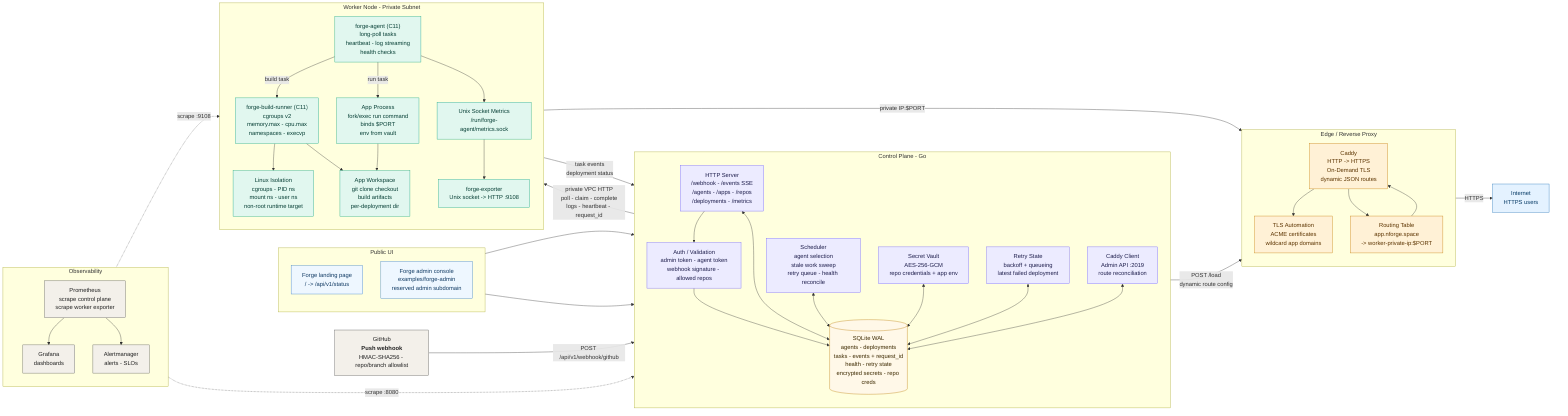
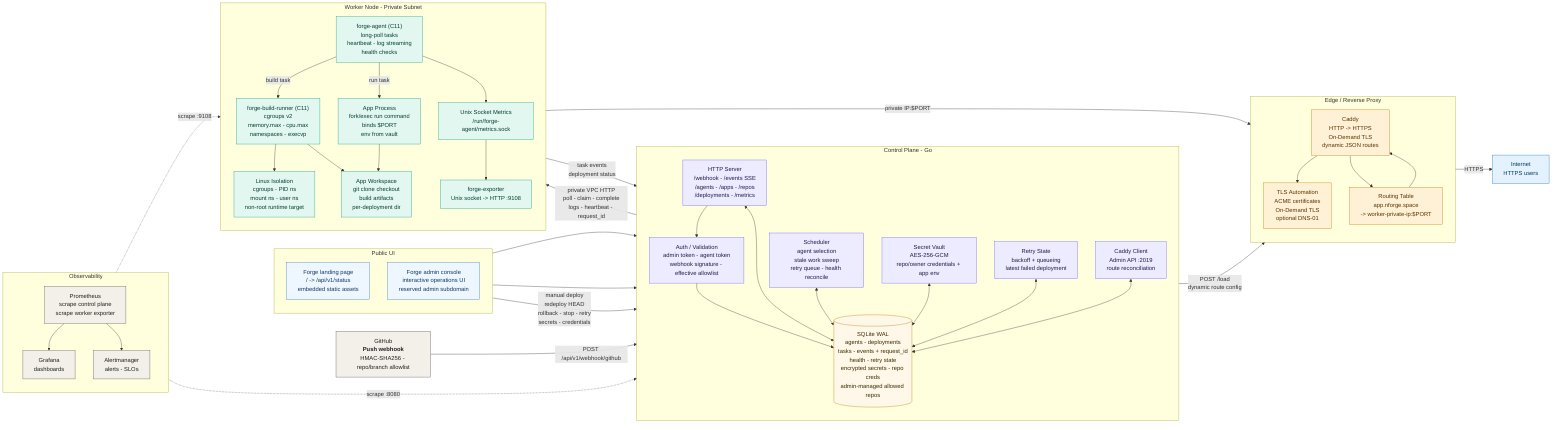
%%{init: { "theme": "default" }}%%

flowchart LR
 subgraph UI["Public UI"]
    direction TB
-         LAND["Forge landing page<br>/ -> /api/v1/status"]
-         ADMINAPP["Forge admin console<br>examples/forge-admin<br>reserved admin subdomain"]
+         LAND["Forge landing page<br>/ -> /api/v1/status<br>embedded static assets"]
+         ADMINAPP["Forge admin console<br>interactive operations UI<br>reserved admin subdomain"]
  end
 subgraph CP["Control Plane - Go"]
    direction TB
        SRV["HTTP Server<br>/webhook - /events SSE<br>/agents - /apps - /repos<br>/deployments - /metrics"]
-         AUTH["Auth / Validation<br>admin token - agent token<br>webhook signature - allowed repos"]
+         AUTH["Auth / Validation<br>admin token - agent token<br>webhook signature - effective allowlist"]
        SCH["Scheduler<br>agent selection<br>stale work sweep<br>retry queue - health reconcile"]
-         VAULT["Secret Vault<br>AES-256-GCM<br>repo credentials + app env"]
-         DB[("SQLite WAL<br>agents - deployments<br>tasks - events + request_id<br>health - retry state<br>encrypted secrets - repo creds")]
+         VAULT["Secret Vault<br>AES-256-GCM<br>repo/owner credentials + app env"]
+         DB[("SQLite WAL<br>agents - deployments<br>tasks - events + request_id<br>health - retry state<br>encrypted secrets - repo creds<br>admin-managed allowed repos")]
        CADCLI["Caddy Client<br>Admin API :2019<br>route reconciliation"]
        RETRY["Retry State<br>backoff + queueing<br>latest failed deployment"]
  end
 subgraph WK["Worker Node - Private Subnet"]
    direction TB
        APP["App Process<br>fork/exec run command<br>binds $PORT<br>env from vault"]
        AGT["forge-agent (C11)<br>long-poll tasks<br>heartbeat - log streaming<br>health checks"]
        RUNNER["forge-build-runner (C11)<br>cgroups v2<br>memory.max - cpu.max<br>namespaces - execvp"]
        CG["Linux Isolation<br>cgroups - PID ns<br>mount ns - user ns<br>non-root runtime target"]
        SOCK["Unix Socket Metrics<br>/run/forge-agent/metrics.sock"]
        EXP["forge-exporter<br>Unix socket -> HTTP :9108"]
        FS["App Workspace<br>git clone checkout<br>build artifacts<br>per-deployment dir"]
  end
 subgraph EDGE["Edge / Reverse Proxy"]
    direction TB
        CDY["Caddy<br>HTTP -> HTTPS<br>On-Demand TLS<br>dynamic JSON routes"]
-         TLS["TLS Automation<br>ACME certificates<br>wildcard app domains"]
+         TLS["TLS Automation<br>ACME certificates<br>On-Demand TLS<br>optional DNS-01"]
        ROUTE["Routing Table<br>app.nforge.space<br>-> worker-private-ip:$PORT"]
  end
 subgraph OBS["Observability"]
    direction TB
        PROM["Prometheus<br>scrape control plane<br>scrape worker exporter"]
        GRAF["Grafana<br>dashboards"]
        AM["Alertmanager<br>alerts - SLOs"]
  end
    LAND --> SRV
    ADMINAPP --> SRV
    SRV --> AUTH
    AUTH --> DB
    SRV <--> DB
    SCH <--> DB
    VAULT <--> DB
    RETRY <--> DB
    CADCLI <--> DB
    AGT -- build task --> RUNNER
    RUNNER --> CG & FS
    AGT -- run task --> APP
    AGT --> SOCK
    SOCK --> EXP
    APP --> FS
    CDY --> TLS & ROUTE
    PROM --> GRAF & AM
    GH["GitHub<br><b>Push webhook</b><br>HMAC-SHA256 - repo/branch allowlist"] -- POST /api/v1/webhook/github --> SRV
+     ADMINAPP -- "manual deploy<br>redeploy HEAD<br>rollback - stop - retry<br>secrets - credentials" --> SRV
    SRV -- "private VPC HTTP<br>poll - claim - complete<br>logs - heartbeat - request_id" --> AGT
    AGT -- task events<br>deployment status --> SRV
    CADCLI -- POST /load<br>dynamic route config --> CDY
    APP -- private IP:$PORT --> ROUTE
    ROUTE --> CDY
    CDY -- HTTPS --> NET["Internet<br>HTTPS users"]
    PROM -. scrape :8080 .-> SRV
    PROM -. scrape :9108 .-> EXP

     LAND:::public
     ADMINAPP:::public
     SRV:::control
     AUTH:::control
     SCH:::control
     VAULT:::control
     RETRY:::control
     DB:::data
     CADCLI:::control
     AGT:::worker
     RUNNER:::worker
     CG:::worker
     APP:::worker
     SOCK:::worker
     EXP:::worker
     FS:::worker
     CDY:::edge
     TLS:::edge
     ROUTE:::edge
     PROM:::obs
     GRAF:::obs
     AM:::obs
     GH:::external
     NET:::internet
    classDef external fill:#f3f0ea,stroke:#555,color:#222
    classDef public fill:#eef7ff,stroke:#3178c6,color:#103a63
    classDef control fill:#ecebff,stroke:#6d5dfc,color:#1f1f4d
    classDef worker fill:#e1f7ef,stroke:#10a37f,color:#063f35
    classDef edge fill:#fff1d6,stroke:#c47a00,color:#5c3400
    classDef obs fill:#f3f0ea,stroke:#555,color:#222
    classDef internet fill:#e4f2ff,stroke:#1d72b8,color:#073b66
-     classDef data fill:#fff8e8,stroke:#b87900,color:#3d2a00+     classDef data fill:#fff8e8,stroke:#b87900,color:#3d2a00
